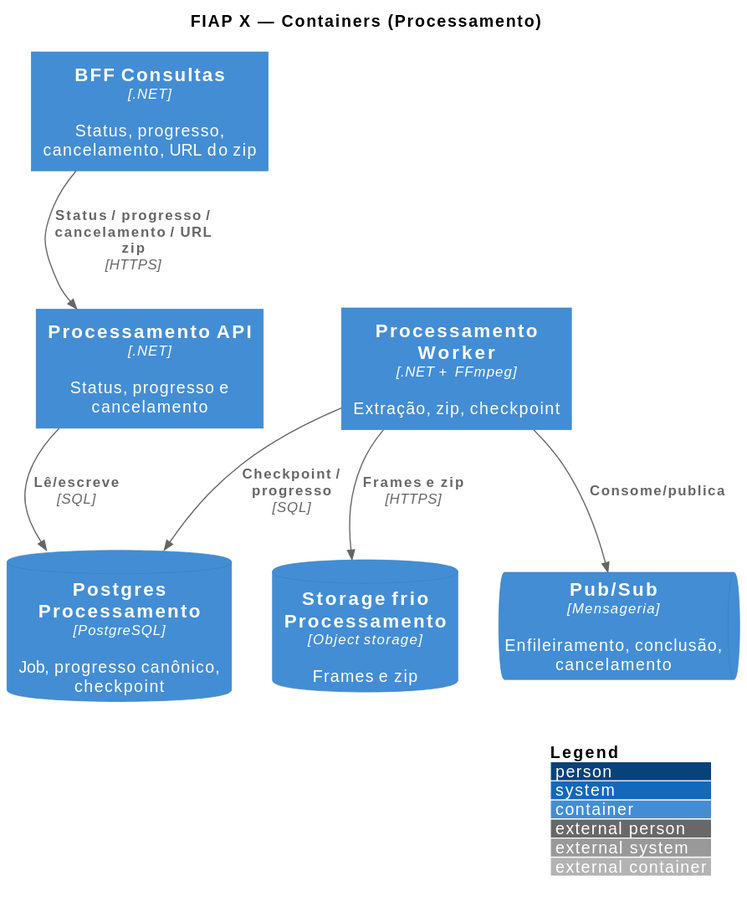
Earlier version of the PlantUML export arquitetura/04_containers-processamento.svg (fiap-x-vcosta/docs).
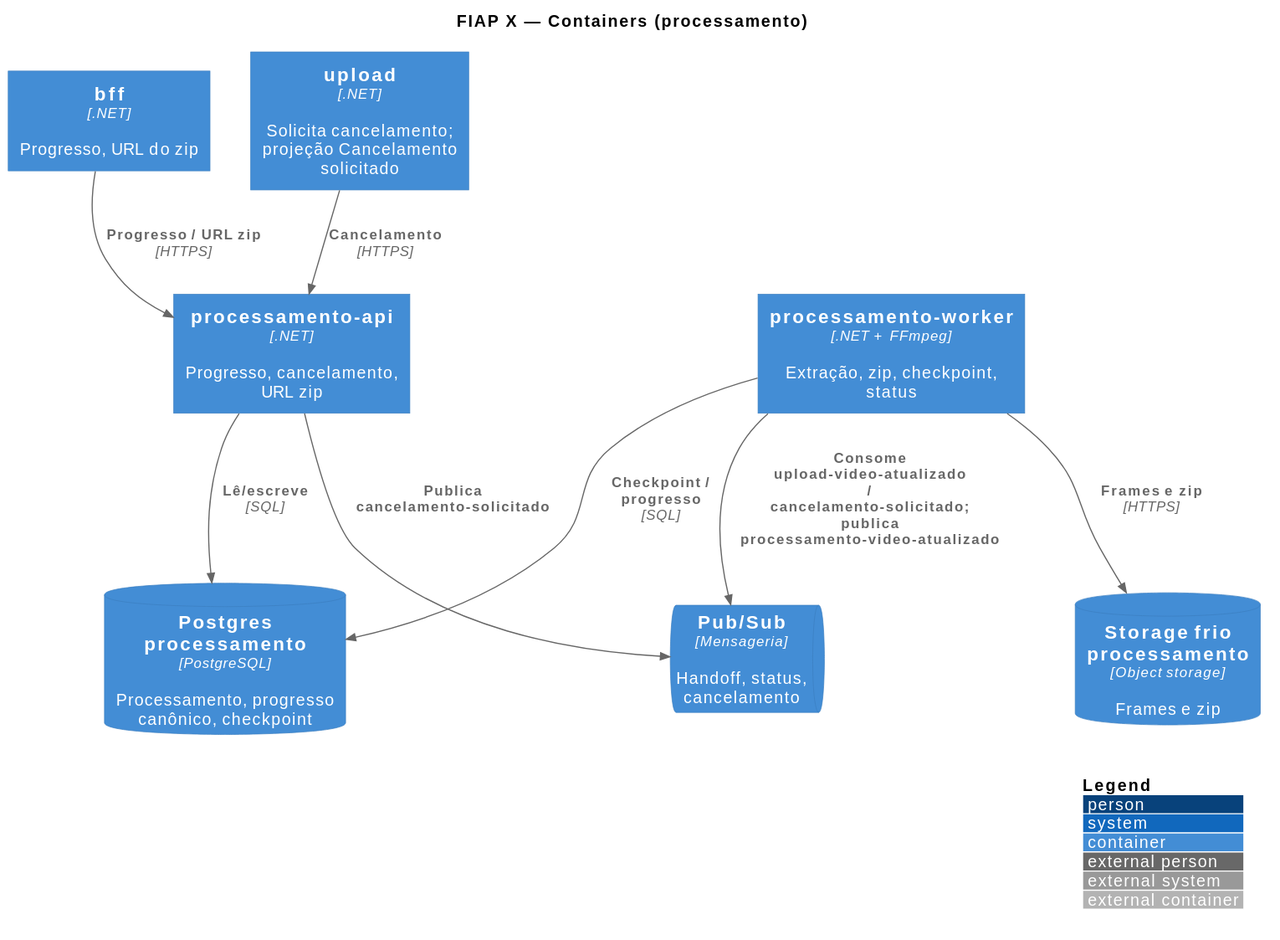
Later version of the same file.

Diff of the diagram source:
```diff
@@ -4,22 +4,26 @@
 LAYOUT_WITH_LEGEND()
 LAYOUT_TOP_DOWN()
 
-title FIAP X — Containers (Processamento)
+title FIAP X — Containers (processamento)
 
-Container(bff, "BFF Consultas", ".NET", "Status, progresso, cancelamento, URL do zip")
-Container(procApi, "Processamento API", ".NET", "Status, progresso e cancelamento")
-Container(procWorker, "Processamento Worker", ".NET + FFmpeg", "Extração, zip, checkpoint")
-ContainerDb(pgProc, "Postgres Processamento", "PostgreSQL", "Job, progresso canônico, checkpoint")
-ContainerDb(frioProc, "Storage frio Processamento", "Object storage", "Frames e zip")
-ContainerQueue(pubsub, "Pub/Sub", "Mensageria", "Enfileiramento, conclusão, cancelamento")
+Container(bff, "bff", ".NET", "Progresso, URL do zip")
+Container(upload, "upload", ".NET", "Solicita cancelamento; projeção Cancelamento solicitado")
+Container(procApi, "processamento-api", ".NET", "Progresso, cancelamento, URL zip")
+Container(procWorker, "processamento-worker", ".NET + FFmpeg", "Extração, zip, checkpoint, status")
+ContainerDb(pgProc, "Postgres processamento", "PostgreSQL", "Processamento, progresso canônico, checkpoint")
+ContainerDb(frioProc, "Storage frio processamento", "Object storage", "Frames e zip")
+ContainerQueue(pubsub, "Pub/Sub", "Mensageria", "Handoff, status, cancelamento")
 
-Rel(bff, procApi, "Status / progresso / cancelamento / URL zip", "HTTPS")
+Rel(bff, procApi, "Progresso / URL zip", "HTTPS")
+Rel(upload, procApi, "Cancelamento", "HTTPS")
 Rel(procApi, pgProc, "Lê/escreve", "SQL")
+Rel(procApi, pubsub, "Publica cancelamento-solicitado")
 Rel(procWorker, pgProc, "Checkpoint / progresso", "SQL")
-Rel(procWorker, pubsub, "Consome/publica")
+Rel(procWorker, pubsub, "Consome upload-video-atualizado / cancelamento-solicitado; publica processamento-video-atualizado")
 Rel(procWorker, frioProc, "Frames e zip", "HTTPS")
 
 Lay_D(bff, procApi)
+Lay_R(bff, upload)
 Lay_R(procApi, procWorker)
 Lay_D(procApi, pgProc)
 Lay_D(procWorker, frioProc)
```
